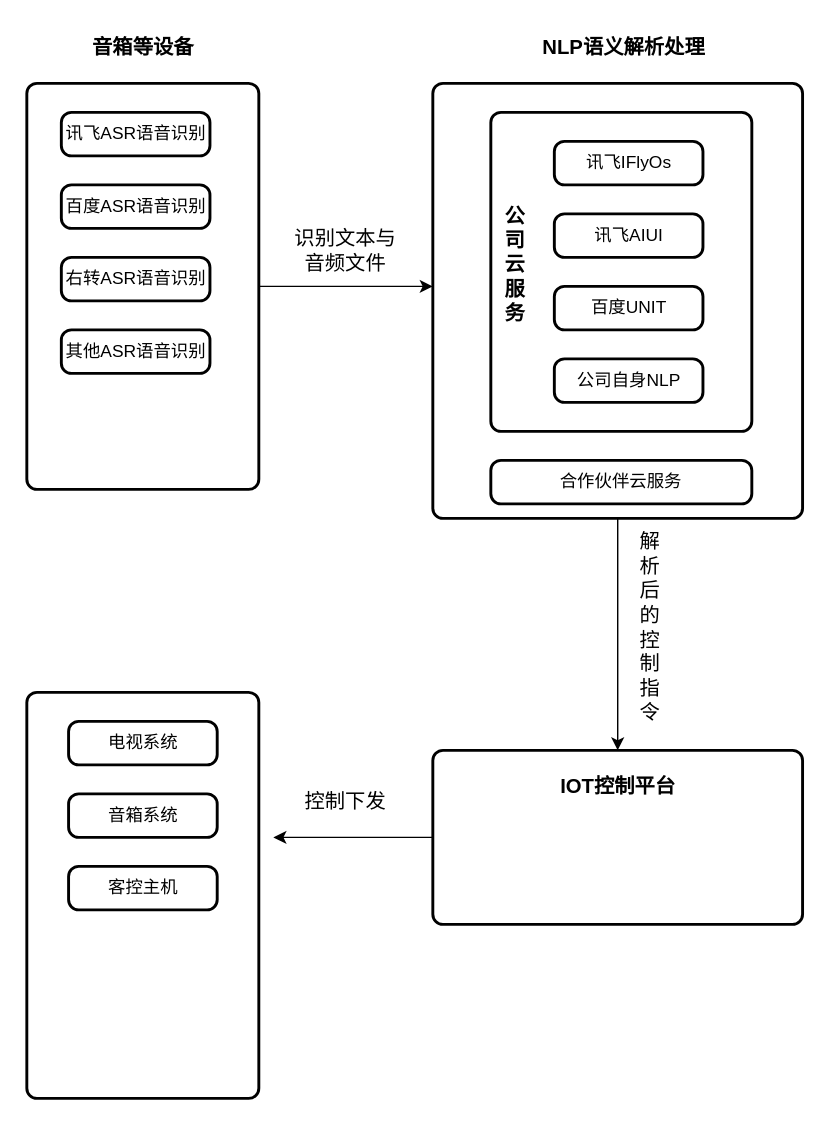
Earlier version of the draw.io diagram xzzh/音箱4.0AIUI流程图.drawio (daniel-7d/draw). Source tidied: cells renumbered, new cells numbered last; positions are measured from the earlier drawing's top-left corner, leaving out a move shared by most shapes. Both pictures are drawn from the tidied source at 145%, with x=0, y=0 at pixel (26, 25).
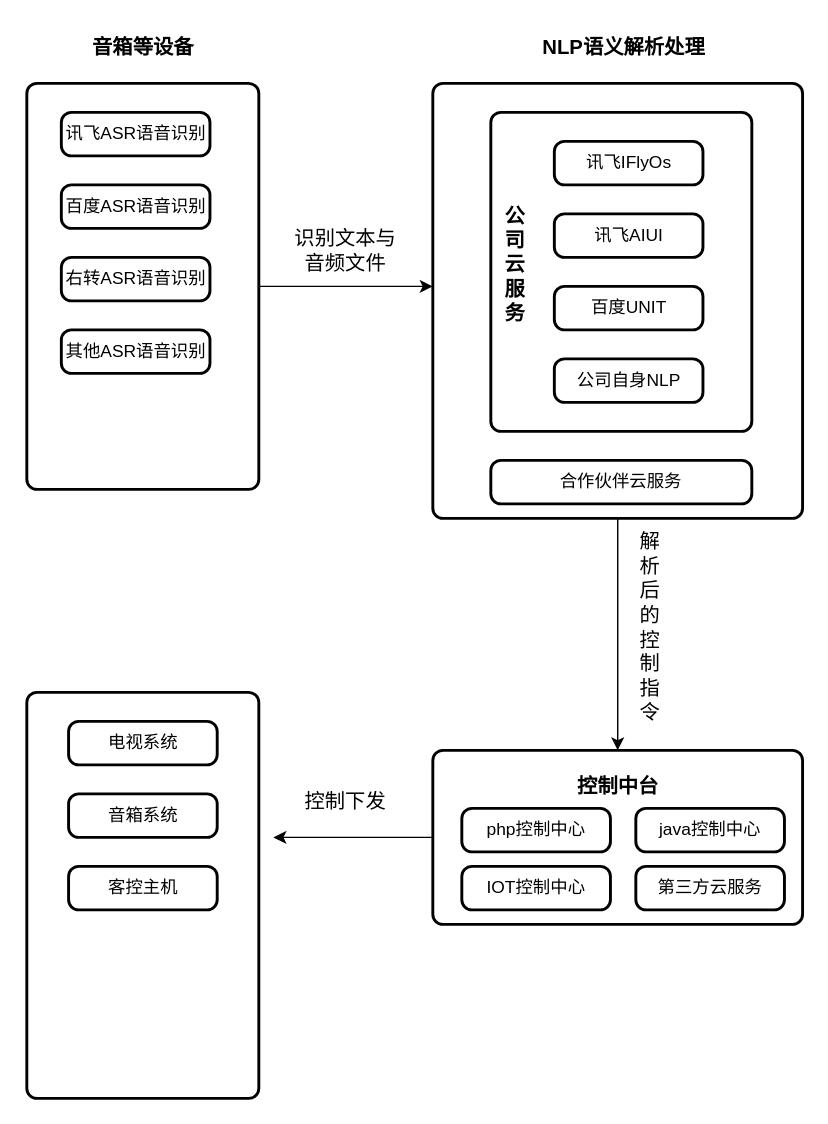
The same page after the edit.

Commit message:
更新音箱4.0AIUI流程图.drawio

Diff of the diagram source:
```diff
@@
-    <mxCell id="22" value="&lt;span style=&quot;font-size: 14px;&quot;&gt;&lt;b&gt;IOT控制平台&lt;/b&gt;&lt;/span&gt;" style="text;html=1;strokeColor=none;fillColor=none;align=center;verticalAlign=middle;whiteSpace=wrap;rounded=0;" parent="1" vertex="1">
+    <mxCell id="22" value="&lt;span style=&quot;font-size: 14px;&quot;&gt;&lt;b&gt;控制中台&lt;/b&gt;&lt;/span&gt;" style="text;html=1;strokeColor=none;fillColor=none;align=center;verticalAlign=middle;whiteSpace=wrap;rounded=0;" parent="1" vertex="1">
       <mxGeometry x="350" y="510" width="116.2" height="30" as="geometry" />
     </mxCell>
@@
+    <mxCell id="29" value="php控制中心" style="rounded=1;whiteSpace=wrap;html=1;absoluteArcSize=1;arcSize=14;strokeWidth=2;" parent="1" vertex="1">
+      <mxGeometry x="300" y="540" width="102.5" height="30" as="geometry" />
+    </mxCell>
+    <mxCell id="30" value="java控制中心" style="rounded=1;whiteSpace=wrap;html=1;absoluteArcSize=1;arcSize=14;strokeWidth=2;" parent="1" vertex="1">
+      <mxGeometry x="420" y="540" width="102.5" height="30" as="geometry" />
+    </mxCell>
+    <mxCell id="31" value="IOT控制中心" style="rounded=1;whiteSpace=wrap;html=1;absoluteArcSize=1;arcSize=14;strokeWidth=2;" parent="1" vertex="1">
+      <mxGeometry x="300" y="580" width="102.5" height="30" as="geometry" />
+    </mxCell>
+    <mxCell id="32" value="第三方云服务" style="rounded=1;whiteSpace=wrap;html=1;absoluteArcSize=1;arcSize=14;strokeWidth=2;" parent="1" vertex="1">
+      <mxGeometry x="420" y="580" width="102.5" height="30" as="geometry" />
+    </mxCell>
```
